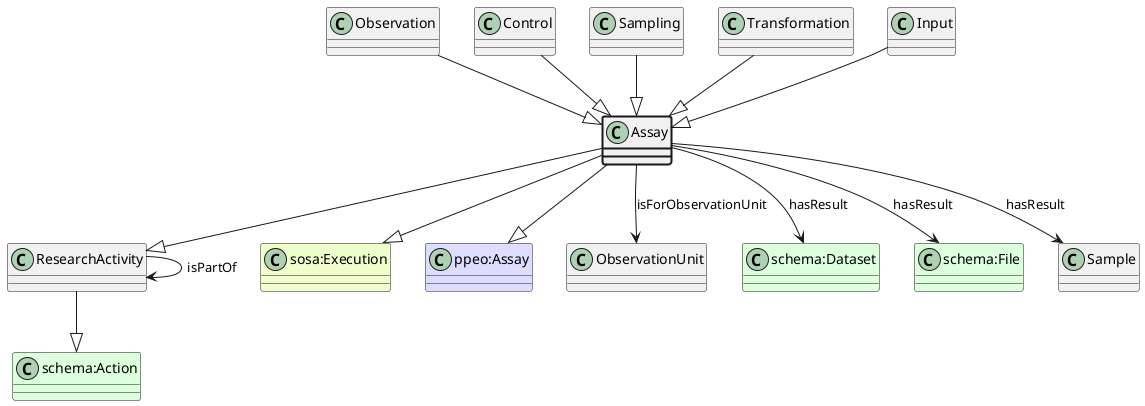
Earlier version of the PlantUML export ttl_uml/ttl_appn_Assay.png (aus-plant-phenomics-network/appn-schema).
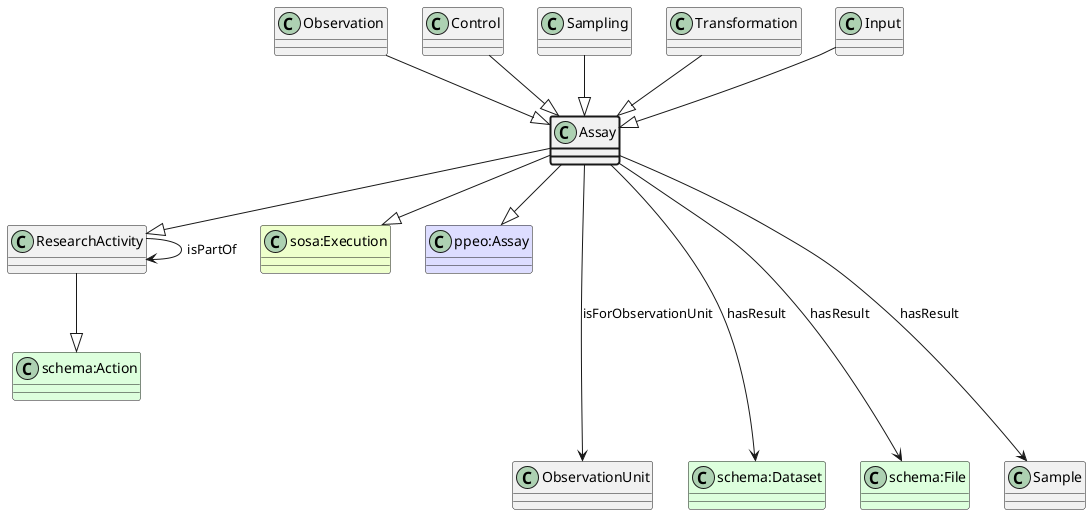
Later version of the same file.

The edit, as a diff of the source:
```diff
@@ -4,20 +4,20 @@
 class "schema:Action" #DDFFDD
 ResearchActivity --|> "schema:Action"
 class ResearchActivity
-ResearchActivity --> ResearchActivity : isPartOf
+ResearchActivity ----> ResearchActivity : isPartOf
 Assay --|> ResearchActivity
 class "sosa:Execution" #EEFFCC
 Assay --|> "sosa:Execution"
 class "ppeo:Assay" #DDDDFF
 Assay --|> "ppeo:Assay"
 class ObservationUnit
-Assay --> ObservationUnit : isForObservationUnit
+Assay ----> ObservationUnit : isForObservationUnit
 class "schema:Dataset" #DDFFDD
-Assay --> "schema:Dataset" : hasResult
+Assay ----> "schema:Dataset" : hasResult
 class "schema:File" #DDFFDD
-Assay --> "schema:File" : hasResult
+Assay ----> "schema:File" : hasResult
 class Sample
-Assay --> Sample : hasResult
+Assay ----> Sample : hasResult
 class Observation
 Observation --|> Assay
 class Control
```
